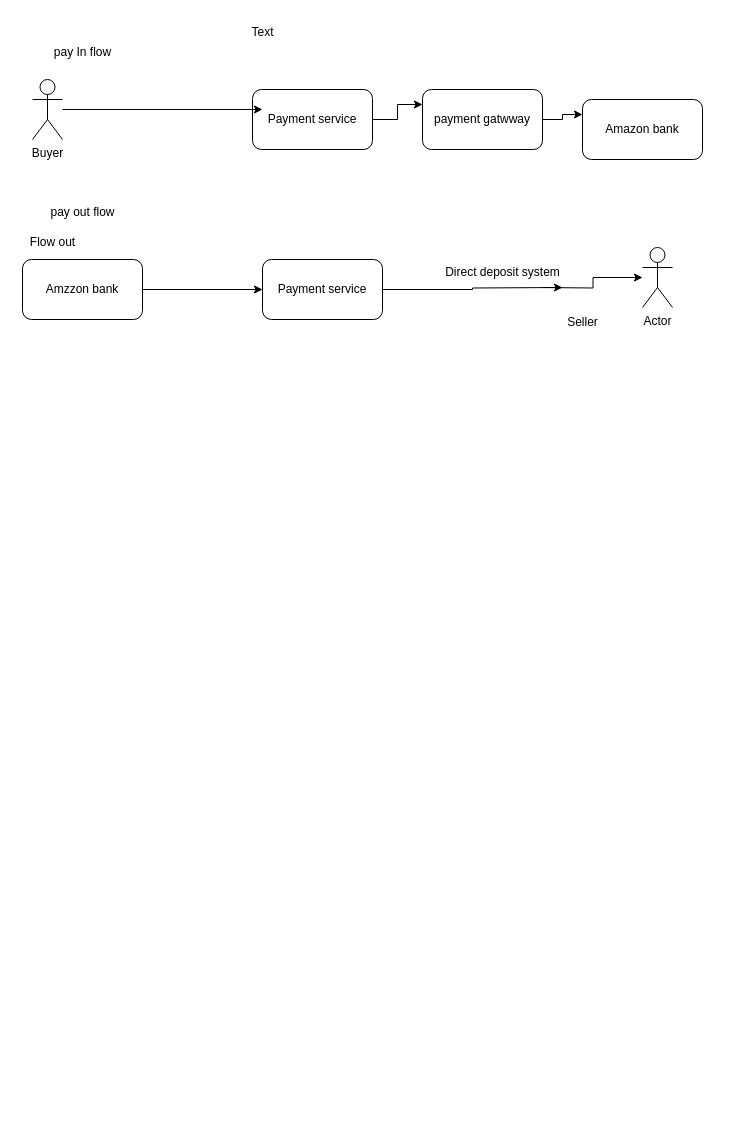
Above: notification/Payment.drawio in vemarajusaikrishna/hld (draw.io), before the change. Source tidied: cells renumbered, new cells numbered last; positions are measured from the earlier drawing's top-left corner, leaving out a move shared by most shapes. Both pictures are drawn from the tidied source at 100%, with x=0, y=0 at pixel (17, 17).
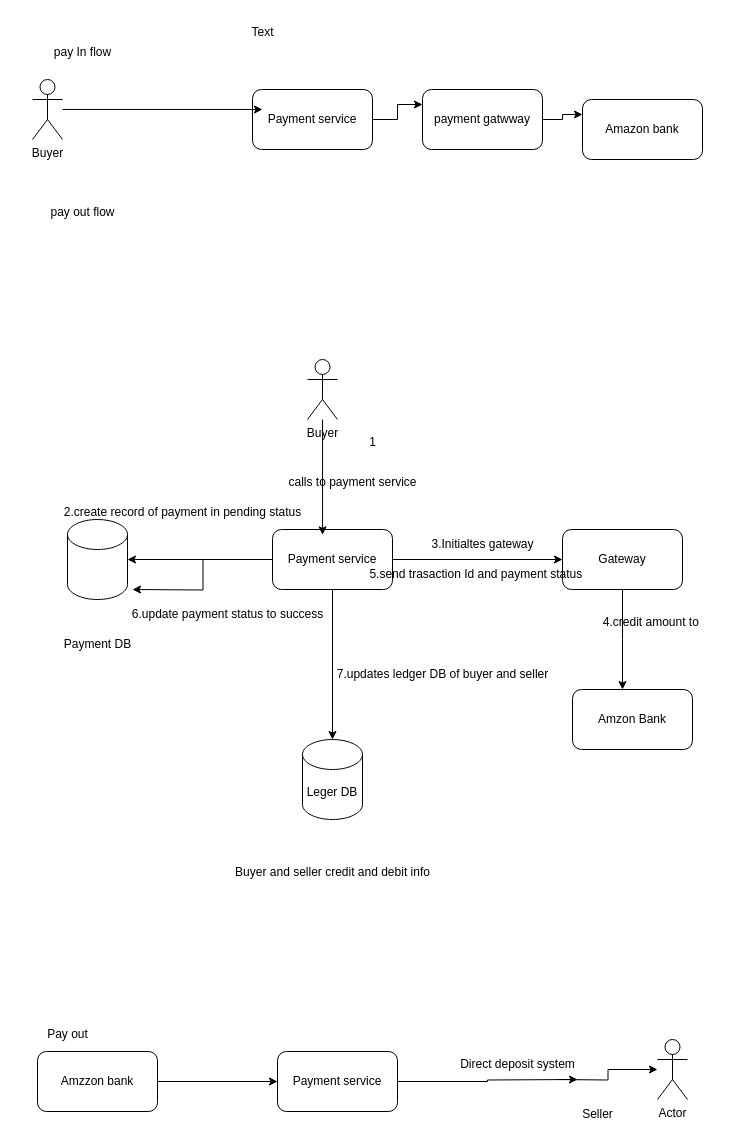
After the change.

What changed in the source:
```diff
@@
-    <mxCell id="7" style="edgeStyle=orthogonalEdgeStyle;rounded=0;jettySize=auto;html=1;entryX=0;entryY=0.5;entryDx=0;entryDy=0;" parent="1" edge="1" source="8" target="11">
-      <mxGeometry relative="1" as="geometry" />
-    </mxCell>
-    <mxCell id="8" value="Amzzon bank" style="rounded=1;whiteSpace=wrap;html=1;" parent="1" vertex="1">
-      <mxGeometry x="5" y="242" width="120" height="60" as="geometry" />
-    </mxCell>
-    <mxCell id="9" value="Actor" style="shape=umlActor;verticalLabelPosition=bottom;verticalAlign=top;html=1;outlineConnect=0;" parent="1" vertex="1">
-      <mxGeometry x="625" y="230" width="30" height="60" as="geometry" />
-    </mxCell>
-    <mxCell id="10" style="edgeStyle=orthogonalEdgeStyle;rounded=0;jettySize=auto;html=1;" parent="1" edge="1" target="9">
-      <mxGeometry relative="1" as="geometry">
-        <mxPoint x="525" y="270" as="sourcePoint" />
-      </mxGeometry>
-    </mxCell>
-    <mxCell id="11" value="Payment service" style="rounded=1;whiteSpace=wrap;html=1;" parent="1" vertex="1">
-      <mxGeometry x="245" y="242" width="120" height="60" as="geometry" />
-    </mxCell>
@@
-    <mxCell id="13" value="Seller" style="text;html=1;align=center;verticalAlign=middle;strokeColor=none;fillColor=none;" parent="1" vertex="1">
-      <mxGeometry x="540" y="290" width="50" height="30" as="geometry" />
-    </mxCell>
@@
-    <mxCell id="15" value="Flow out" style="text;html=1;align=center;verticalAlign=middle;strokeColor=none;fillColor=none;" parent="1" vertex="1">
-      <mxGeometry y="210" width="70" height="30" as="geometry" />
-    </mxCell>
@@
-    <mxCell id="19" style="edgeStyle=orthogonalEdgeStyle;rounded=0;jettySize=auto;html=1;" parent="1" edge="1" source="11">
-      <mxGeometry relative="1" as="geometry">
-        <mxPoint x="545" y="270" as="targetPoint" />
-      </mxGeometry>
-    </mxCell>
+    <mxCell id="21" style="edgeStyle=orthogonalEdgeStyle;rounded=0;jettySize=auto;html=1;" parent="1" edge="1" source="23" target="36">
+      <mxGeometry relative="1" as="geometry" />
+    </mxCell>
+    <mxCell id="22" style="edgeStyle=orthogonalEdgeStyle;rounded=0;jettySize=auto;html=1;" parent="1" edge="1" source="23">
+      <mxGeometry relative="1" as="geometry">
+        <mxPoint x="115" y="572" as="targetPoint" />
+      </mxGeometry>
+    </mxCell>
+    <mxCell id="23" value="Payment service" style="rounded=1;whiteSpace=wrap;html=1;" parent="1" vertex="1">
+      <mxGeometry x="255" y="512" width="120" height="60" as="geometry" />
+    </mxCell>
+    <mxCell id="24" style="shape=cylinder3;whiteSpace=wrap;html=1;boundedLbl=1;backgroundOutline=1;size=15;" parent="1" vertex="1">
+      <mxGeometry x="50" y="502" width="60" height="80" as="geometry" />
+    </mxCell>
+    <mxCell id="25" value="Payment DB" style="text;html=1;align=center;verticalAlign=middle;strokeColor=none;fillColor=none;" parent="1" vertex="1">
+      <mxGeometry x="35" y="612" width="90" height="30" as="geometry" />
+    </mxCell>
+    <mxCell id="26" style="edgeStyle=orthogonalEdgeStyle;rounded=0;jettySize=auto;html=1;entryX=1;entryY=0.5;entryDx=0;entryDy=0;entryPerimeter=0;" parent="1" edge="1" source="23" target="24">
+      <mxGeometry relative="1" as="geometry" />
+    </mxCell>
+    <mxCell id="27" value="Leger DB" style="shape=cylinder3;whiteSpace=wrap;html=1;boundedLbl=1;backgroundOutline=1;size=15;" parent="1" vertex="1">
+      <mxGeometry x="285" y="722" width="60" height="80" as="geometry" />
+    </mxCell>
+    <mxCell id="28" value="Buyer and seller credit and debit info" style="text;html=1;align=center;verticalAlign=middle;strokeColor=none;fillColor=none;" parent="1" vertex="1">
+      <mxGeometry x="205" y="840" width="220" height="30" as="geometry" />
+    </mxCell>
+    <mxCell id="29" style="edgeStyle=orthogonalEdgeStyle;rounded=0;jettySize=auto;html=1;entryX=0.5;entryY=0;entryDx=0;entryDy=0;entryPerimeter=0;" parent="1" edge="1" source="23" target="27">
+      <mxGeometry relative="1" as="geometry" />
+    </mxCell>
+    <mxCell id="30" value="Buyer" style="shape=umlActor;verticalLabelPosition=bottom;verticalAlign=top;html=1;outlineConnect=0;" parent="1" vertex="1">
+      <mxGeometry x="290" y="342" width="30" height="60" as="geometry" />
+    </mxCell>
+    <mxCell id="31" style="edgeStyle=orthogonalEdgeStyle;rounded=0;jettySize=auto;html=1;entryX=0.417;entryY=0.089;entryDx=0;entryDy=0;entryPerimeter=0;" parent="1" edge="1" source="30" target="23">
+      <mxGeometry relative="1" as="geometry" />
+    </mxCell>
+    <mxCell id="32" value="calls to payment service" style="text;html=1;align=center;verticalAlign=middle;strokeColor=none;fillColor=none;" parent="1" vertex="1">
+      <mxGeometry x="260" y="450" width="150" height="30" as="geometry" />
+    </mxCell>
+    <mxCell id="33" value="1" style="text;html=1;align=center;verticalAlign=middle;strokeColor=none;fillColor=none;" parent="1" vertex="1">
+      <mxGeometry x="340" y="410" width="30" height="30" as="geometry" />
+    </mxCell>
+    <mxCell id="34" value="2.create record of payment in pending status" style="text;html=1;align=center;verticalAlign=middle;strokeColor=none;fillColor=none;" parent="1" vertex="1">
+      <mxGeometry x="35" y="480" width="260" height="30" as="geometry" />
+    </mxCell>
+    <mxCell id="35" style="edgeStyle=orthogonalEdgeStyle;rounded=0;jettySize=auto;html=1;" parent="1" edge="1" source="36">
+      <mxGeometry relative="1" as="geometry">
+        <mxPoint x="605" y="672" as="targetPoint" />
+      </mxGeometry>
+    </mxCell>
+    <mxCell id="36" value="Gateway" style="rounded=1;whiteSpace=wrap;html=1;" parent="1" vertex="1">
+      <mxGeometry x="545" y="512" width="120" height="60" as="geometry" />
+    </mxCell>
+    <mxCell id="37" value="3.Initialtes gateway" style="text;html=1;align=center;verticalAlign=middle;strokeColor=none;fillColor=none;" parent="1" vertex="1">
+      <mxGeometry x="400" y="512" width="130" height="30" as="geometry" />
+    </mxCell>
+    <mxCell id="38" value="Amzon Bank" style="rounded=1;whiteSpace=wrap;html=1;" parent="1" vertex="1">
+      <mxGeometry x="555" y="672" width="120" height="60" as="geometry" />
+    </mxCell>
+    <mxCell id="39" value="4.credit amount to&amp;nbsp;" style="text;html=1;align=center;verticalAlign=middle;strokeColor=none;fillColor=none;" parent="1" vertex="1">
+      <mxGeometry x="575" y="590" width="120" height="30" as="geometry" />
+    </mxCell>
+    <mxCell id="40" value="5.send trasaction Id and payment status&amp;nbsp;" style="text;html=1;align=center;verticalAlign=middle;strokeColor=none;fillColor=none;" parent="1" vertex="1">
+      <mxGeometry x="340" y="542" width="240" height="30" as="geometry" />
+    </mxCell>
+    <mxCell id="41" value="6.update payment status to success" style="text;html=1;align=center;verticalAlign=middle;strokeColor=none;fillColor=none;" parent="1" vertex="1">
+      <mxGeometry x="105" y="582" width="210" height="30" as="geometry" />
+    </mxCell>
+    <mxCell id="42" value="7.updates ledger DB of buyer and seller" style="text;html=1;align=center;verticalAlign=middle;strokeColor=none;fillColor=none;" parent="1" vertex="1">
+      <mxGeometry x="310" y="642" width="230" height="30" as="geometry" />
+    </mxCell>
+    <mxCell id="43" style="edgeStyle=orthogonalEdgeStyle;rounded=0;jettySize=auto;html=1;entryX=0;entryY=0.5;entryDx=0;entryDy=0;" parent="1" edge="1" source="8" target="45">
+      <mxGeometry relative="1" as="geometry" />
+    </mxCell>
+    <mxCell id="8" value="Amzzon bank" style="rounded=1;whiteSpace=wrap;html=1;" parent="1" vertex="1">
+      <mxGeometry x="20" y="1034" width="120" height="60" as="geometry" />
+    </mxCell>
+    <mxCell id="9" value="Actor" style="shape=umlActor;verticalLabelPosition=bottom;verticalAlign=top;html=1;outlineConnect=0;" parent="1" vertex="1">
+      <mxGeometry x="640" y="1022" width="30" height="60" as="geometry" />
+    </mxCell>
+    <mxCell id="44" style="edgeStyle=orthogonalEdgeStyle;rounded=0;jettySize=auto;html=1;" parent="1" edge="1" target="9">
+      <mxGeometry relative="1" as="geometry">
+        <mxPoint x="540" y="1062" as="sourcePoint" />
+      </mxGeometry>
+    </mxCell>
+    <mxCell id="45" value="Payment service" style="rounded=1;whiteSpace=wrap;html=1;" parent="1" vertex="1">
+      <mxGeometry x="260" y="1034" width="120" height="60" as="geometry" />
+    </mxCell>
+    <mxCell id="13" value="Seller" style="text;html=1;align=center;verticalAlign=middle;strokeColor=none;fillColor=none;" parent="1" vertex="1">
+      <mxGeometry x="555" y="1082" width="50" height="30" as="geometry" />
+    </mxCell>
+    <mxCell id="46" value="Pay out" style="text;html=1;align=center;verticalAlign=middle;strokeColor=none;fillColor=none;" parent="1" vertex="1">
+      <mxGeometry x="20" y="1002" width="60" height="30" as="geometry" />
+    </mxCell>
+    <mxCell id="47" style="edgeStyle=orthogonalEdgeStyle;rounded=0;jettySize=auto;html=1;" parent="1" edge="1" source="45">
+      <mxGeometry relative="1" as="geometry">
+        <mxPoint x="560" y="1062" as="targetPoint" />
+      </mxGeometry>
+    </mxCell>
     <mxCell id="20" value="Direct deposit system" style="text;html=1;align=center;verticalAlign=middle;strokeColor=none;fillColor=none;" parent="1" vertex="1">
-      <mxGeometry x="415" y="240" width="140" height="30" as="geometry" />
+      <mxGeometry x="430" y="1032" width="140" height="30" as="geometry" />
     </mxCell>
```
